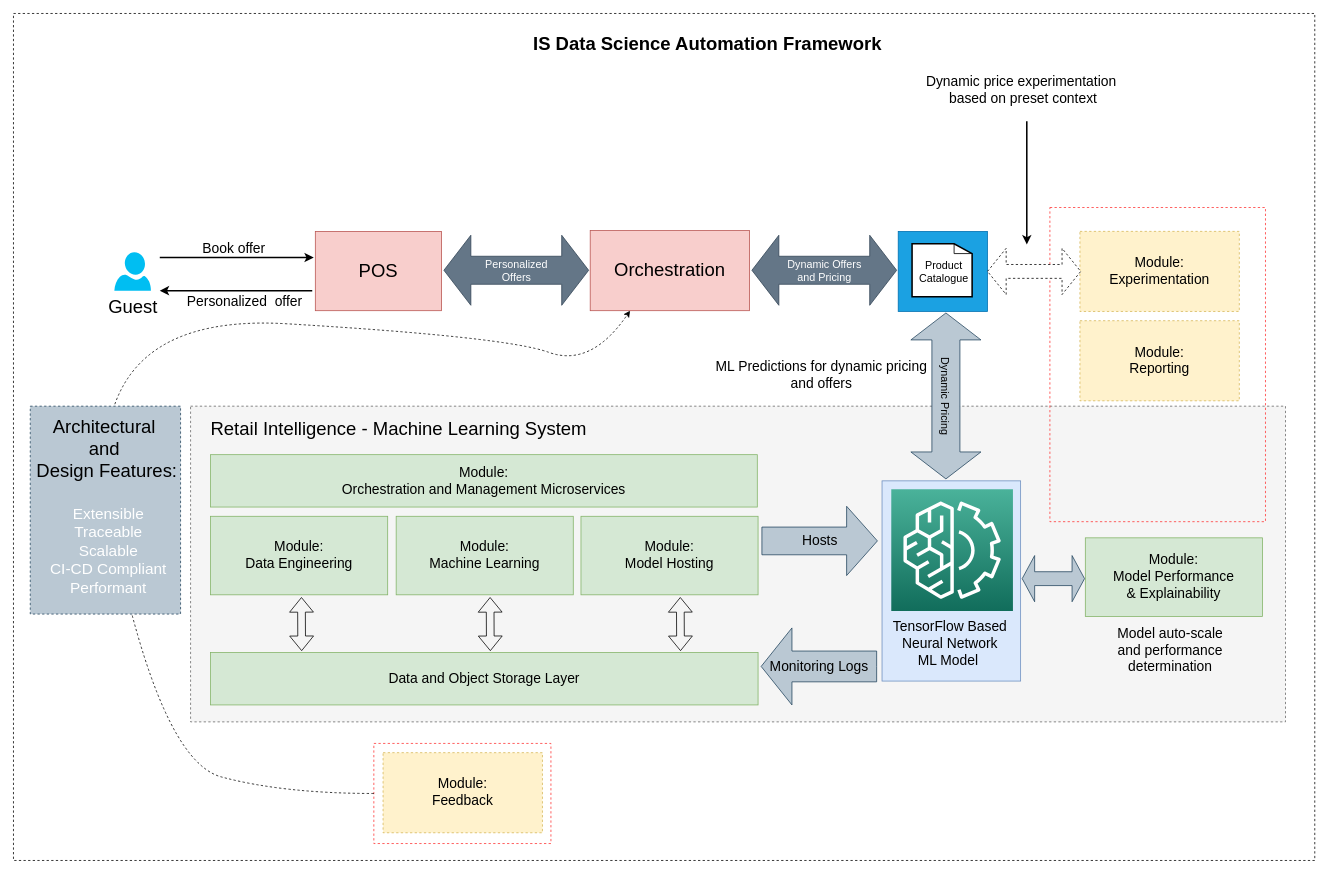
Earlier version of the draw.io diagram retail science.drawio (nchauhan4/drawings). Source tidied: cells renumbered, new cells numbered last; positions are measured from the earlier drawing's top-left corner, leaving out a move shared by most shapes. Both pictures are drawn from the tidied source at 77%, with x=0, y=0 at pixel (13, 13).
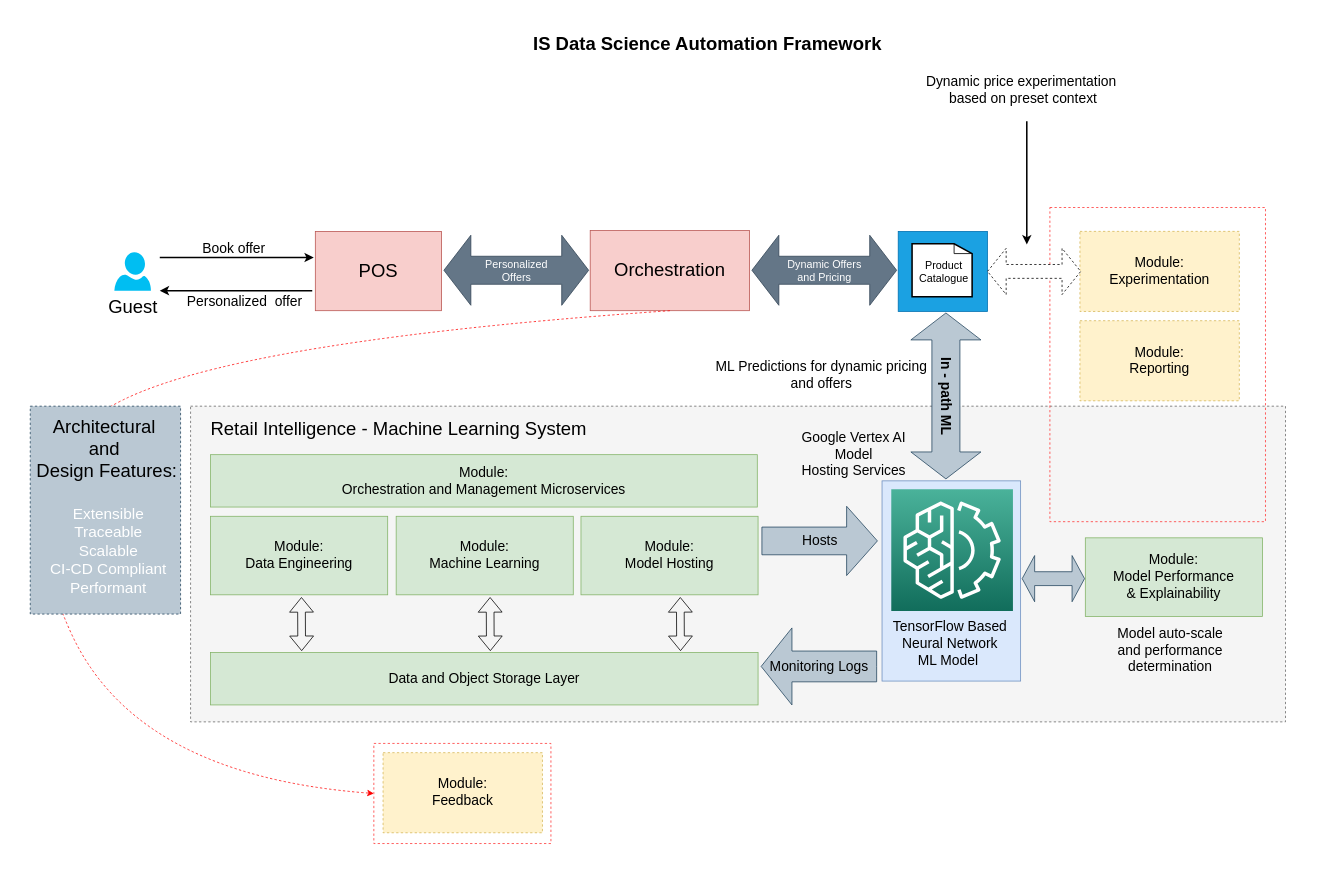
Above is the later version.

Unchanged cells that the change refers to:
```xml
<mxCell id="3" style="rounded=0;whiteSpace=wrap;html=1;fillColor=none;dashed=1;strokeColor=#FF3333;" parent="1" vertex="1">
  <mxGeometry x="468" y="948" width="230" height="130" as="geometry" />
</mxCell>
<mxCell id="14" value="&lt;font style=&quot;font-size: 24px;&quot;&gt;Orchestration&lt;/font&gt;" style="rounded=0;whiteSpace=wrap;html=1;fillColor=#f8cecc;strokeColor=#b85450;" parent="1" vertex="1">
  <mxGeometry x="749" y="282" width="207" height="104" as="geometry" />
</mxCell>
```

The edit, as a diff of the source:
```diff
@@
-    <mxCell id="2" style="rounded=0;whiteSpace=wrap;html=1;dashed=1;" parent="1" vertex="1">
+    <mxCell id="2" style="rounded=0;whiteSpace=wrap;html=1;dashed=1;strokeColor=#FFFFFF;" parent="1" vertex="1">
       <mxGeometry width="1690" height="1100" as="geometry" />
     </mxCell>
@@
-    <mxCell id="31" value="&lt;span style=&quot;font-size: 14px;&quot;&gt;Dynamic Pricing&lt;/span&gt;" style="html=1;shadow=0;dashed=0;align=center;verticalAlign=middle;shape=mxgraph.arrows2.twoWayArrow;dy=0.6;dx=35;rotation=90;fillColor=#bac8d3;strokeColor=#23445d;" parent="1" vertex="1">
+    <mxCell id="31" value="&lt;font style=&quot;font-size: 18px;&quot;&gt;&lt;b&gt;In - path ML&lt;/b&gt;&lt;/font&gt;" style="html=1;shadow=0;dashed=0;align=center;verticalAlign=middle;shape=mxgraph.arrows2.twoWayArrow;dy=0.6;dx=35;rotation=90;fillColor=#bac8d3;strokeColor=#23445d;" parent="1" vertex="1">
       <mxGeometry x="1103.2" y="451.2" width="215.5" height="91" as="geometry" />
     </mxCell>
@@
-    <mxCell id="46" style="curved=1;endArrow=classic;html=1;rounded=0;exitX=0;exitY=0.5;exitDx=0;exitDy=0;entryX=0.25;entryY=1;entryDx=0;entryDy=0;dashed=1;" parent="1" edge="1" source="3" target="14">
-      <mxGeometry relative="1" as="geometry">
-        <Array as="points">
-          <mxPoint x="350" y="1013" />
-          <mxPoint x="190" y="970" />
-          <mxPoint x="70" y="386" />
-          <mxPoint x="640" y="420" />
-          <mxPoint x="750" y="460" />
-        </Array>
-      </mxGeometry>
-    </mxCell>
+    <mxCell id="50" style="curved=1;endArrow=classic;html=1;rounded=0;entryX=0;entryY=0.5;entryDx=0;entryDy=0;exitX=0.5;exitY=1;exitDx=0;exitDy=0;dashed=1;strokeColor=#FF0000;" parent="1" edge="1" source="14" target="3">
+      <mxGeometry relative="1" as="geometry">
+        <Array as="points">
+          <mxPoint x="220" y="430" />
+          <mxPoint x="-10" y="620" />
+          <mxPoint x="160" y="990" />
+        </Array>
+      </mxGeometry>
+    </mxCell>
@@
+    <mxCell id="51" value="&lt;font style=&quot;font-size: 18px;&quot;&gt;Google Vertex AI &lt;br&gt;Model&lt;br&gt;Hosting Services&lt;br&gt;&lt;/font&gt;" style="text;html=1;align=center;verticalAlign=middle;strokeColor=none;fillColor=none;" parent="1" vertex="1">
+      <mxGeometry x="1011" y="533" width="160" height="80" as="geometry" />
+    </mxCell>
```
